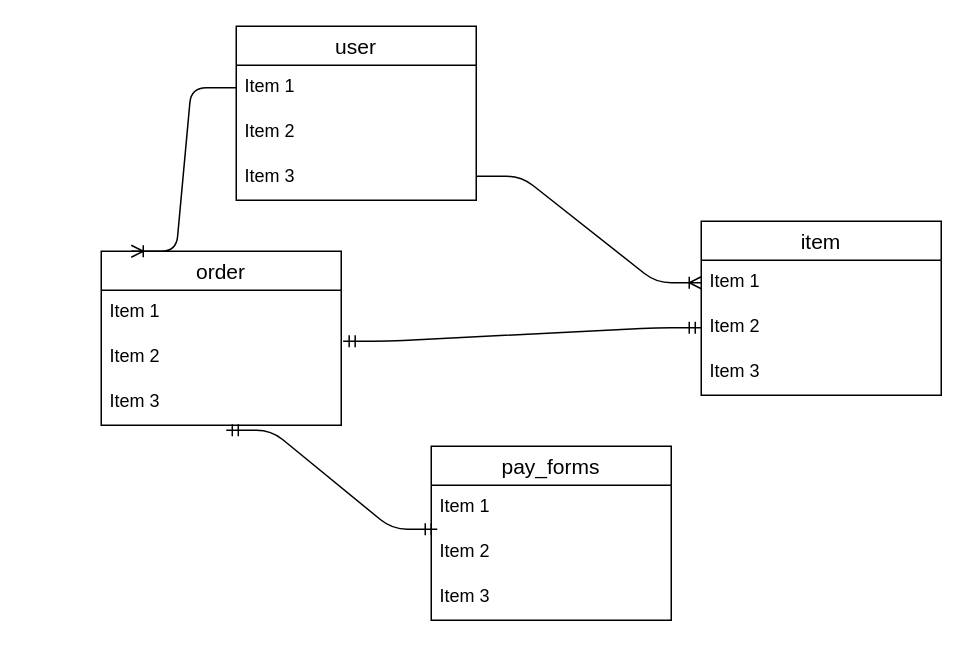
The draw.io diagram e-r図.dio in 42117-tech-takafumi/furima-42117, before the edit. Source tidied: cells renumbered, new cells numbered last; positions are measured from the earlier drawing's top-left corner, leaving out a move shared by most shapes. Both pictures are drawn from the tidied source at 150%, with x=0, y=0 at pixel (-80, 26).
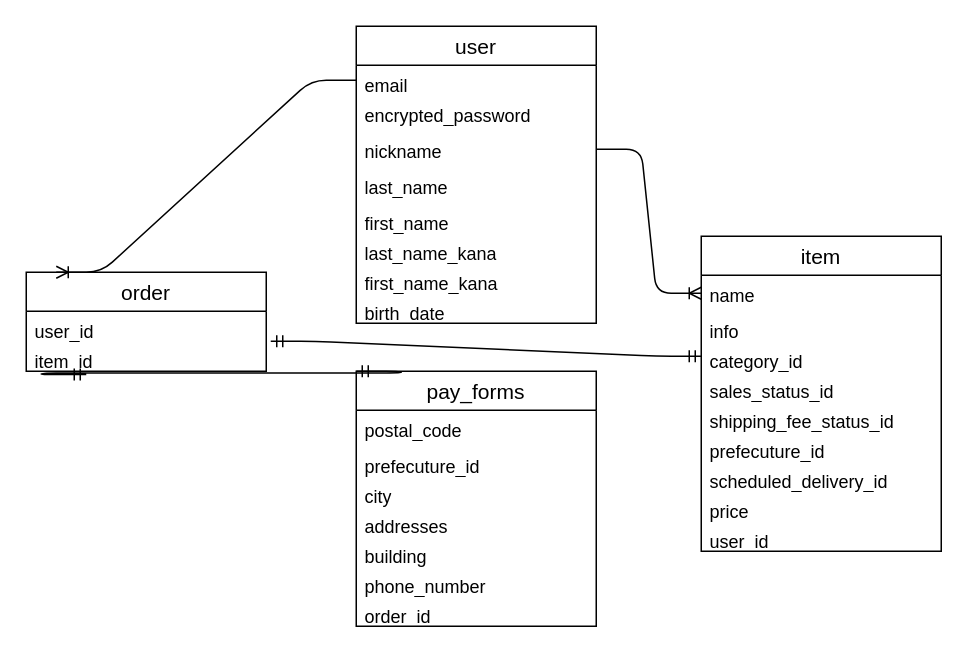
The same page after the edit.

Commit message (it also covers changes not shown here):
データベース設計_テーブル設計、e-r図_修正3

Change to the diagram source:
```diff
@@
     <mxCell id="2" value="user" style="swimlane;fontStyle=0;horizontal=1;startSize=26;align=center;fontSize=14;" parent="1" vertex="1">
-      <mxGeometry x="210" width="160" height="116" as="geometry" />
+      <mxGeometry x="290" width="160" height="198" as="geometry" />
     </mxCell>
-    <mxCell id="3" value="Item 1" style="text;strokeColor=none;fillColor=none;spacingLeft=4;spacingRight=4;overflow=hidden;points=[[0,0.5],[1,0.5]];portConstraint=eastwest;fontSize=12;whiteSpace=wrap;html=1;" parent="2" vertex="1">
-      <mxGeometry y="26" width="160" height="30" as="geometry" />
+    <mxCell id="3" value="&lt;font style=&quot;font-size: 12px;&quot;&gt;email&lt;/font&gt;" style="text;strokeColor=none;fillColor=none;spacingLeft=4;spacingRight=4;overflow=hidden;points=[[0,0.5],[1,0.5]];portConstraint=eastwest;fontSize=12;whiteSpace=wrap;html=1;" parent="2" vertex="1">
+      <mxGeometry y="26" width="160" height="20" as="geometry" />
     </mxCell>
-    <mxCell id="4" value="Item 2" style="text;strokeColor=none;fillColor=none;spacingLeft=4;spacingRight=4;overflow=hidden;fontSize=12;whiteSpace=wrap;html=1;" parent="2" vertex="1">
-      <mxGeometry y="56" width="160" height="30" as="geometry" />
+    <mxCell id="4" value="encrypted_password" style="text;strokeColor=none;fillColor=none;spacingLeft=4;spacingRight=4;overflow=hidden;fontSize=12;whiteSpace=wrap;html=1;" parent="2" vertex="1">
+      <mxGeometry y="46" width="160" height="24" as="geometry" />
     </mxCell>
-    <mxCell id="5" value="Item 3" style="text;strokeColor=none;fillColor=none;spacingLeft=4;spacingRight=4;overflow=hidden;points=[[0,0.5],[1,0.5]];portConstraint=eastwest;fontSize=12;whiteSpace=wrap;html=1;" parent="2" vertex="1">
-      <mxGeometry y="86" width="160" height="30" as="geometry" />
+    <mxCell id="5" value="nickname" style="text;strokeColor=none;fillColor=none;spacingLeft=4;spacingRight=4;overflow=hidden;points=[[0,0.5],[1,0.5]];portConstraint=eastwest;fontSize=12;whiteSpace=wrap;html=1;" parent="2" vertex="1">
+      <mxGeometry y="70" width="160" height="24" as="geometry" />
     </mxCell>
+    <mxCell id="22" value="last_name" style="text;strokeColor=none;fillColor=none;spacingLeft=4;spacingRight=4;overflow=hidden;fontSize=12;whiteSpace=wrap;html=1;" parent="2" vertex="1">
+      <mxGeometry y="94" width="160" height="24" as="geometry" />
+    </mxCell>
+    <mxCell id="23" value="first_name" style="text;strokeColor=none;fillColor=none;spacingLeft=4;spacingRight=4;overflow=hidden;fontSize=12;whiteSpace=wrap;html=1;" parent="2" vertex="1">
+      <mxGeometry y="118" width="160" height="20" as="geometry" />
+    </mxCell>
+    <mxCell id="24" value="last_name_kana" style="text;strokeColor=none;fillColor=none;spacingLeft=4;spacingRight=4;overflow=hidden;fontSize=12;whiteSpace=wrap;html=1;" parent="2" vertex="1">
+      <mxGeometry y="138" width="160" height="20" as="geometry" />
+    </mxCell>
+    <mxCell id="25" value="first_name_kana" style="text;strokeColor=none;fillColor=none;spacingLeft=4;spacingRight=4;overflow=hidden;fontSize=12;whiteSpace=wrap;html=1;" parent="2" vertex="1">
+      <mxGeometry y="158" width="160" height="20" as="geometry" />
+    </mxCell>
+    <mxCell id="26" value="birth_date" style="text;strokeColor=none;fillColor=none;spacingLeft=4;spacingRight=4;overflow=hidden;fontSize=12;whiteSpace=wrap;html=1;" parent="2" vertex="1">
+      <mxGeometry y="178" width="160" height="20" as="geometry" />
+    </mxCell>
     <mxCell id="6" value="item" style="swimlane;fontStyle=0;horizontal=1;startSize=26;align=center;fontSize=14;" parent="1" vertex="1">
-      <mxGeometry x="520" y="130" width="160" height="116" as="geometry" />
+      <mxGeometry x="520" y="140" width="160" height="210" as="geometry" />
     </mxCell>
-    <mxCell id="7" value="Item 1" style="text;strokeColor=none;fillColor=none;spacingLeft=4;spacingRight=4;overflow=hidden;points=[[0,0.5],[1,0.5]];portConstraint=eastwest;fontSize=12;whiteSpace=wrap;html=1;" parent="6" vertex="1">
-      <mxGeometry y="26" width="160" height="30" as="geometry" />
+    <mxCell id="7" value="name" style="text;strokeColor=none;fillColor=none;spacingLeft=4;spacingRight=4;overflow=hidden;points=[[0,0.5],[1,0.5]];portConstraint=eastwest;fontSize=12;whiteSpace=wrap;html=1;" parent="6" vertex="1">
+      <mxGeometry y="26" width="160" height="24" as="geometry" />
     </mxCell>
-    <mxCell id="8" value="Item 2" style="text;strokeColor=none;fillColor=none;spacingLeft=4;spacingRight=4;overflow=hidden;points=[[0,0.5],[1,0.5]];portConstraint=eastwest;fontSize=12;whiteSpace=wrap;html=1;" parent="6" vertex="1">
-      <mxGeometry y="56" width="160" height="30" as="geometry" />
+    <mxCell id="8" value="info" style="text;strokeColor=none;fillColor=none;spacingLeft=4;spacingRight=4;overflow=hidden;points=[[0,0.5],[1,0.5]];portConstraint=eastwest;fontSize=12;whiteSpace=wrap;html=1;" parent="6" vertex="1">
+      <mxGeometry y="50" width="160" height="20" as="geometry" />
     </mxCell>
-    <mxCell id="9" value="Item 3" style="text;strokeColor=none;fillColor=none;spacingLeft=4;spacingRight=4;overflow=hidden;points=[[0,0.5],[1,0.5]];portConstraint=eastwest;fontSize=12;whiteSpace=wrap;html=1;" parent="6" vertex="1">
-      <mxGeometry y="86" width="160" height="30" as="geometry" />
+    <mxCell id="9" value="category_id" style="text;strokeColor=none;fillColor=none;spacingLeft=4;spacingRight=4;overflow=hidden;points=[[0,0.5],[1,0.5]];portConstraint=eastwest;fontSize=12;whiteSpace=wrap;html=1;" parent="6" vertex="1">
+      <mxGeometry y="70" width="160" height="20" as="geometry" />
     </mxCell>
+    <mxCell id="27" value="sales_status_id" style="text;strokeColor=none;fillColor=none;spacingLeft=4;spacingRight=4;overflow=hidden;fontSize=12;whiteSpace=wrap;html=1;" parent="6" vertex="1">
+      <mxGeometry y="90" width="160" height="20" as="geometry" />
+    </mxCell>
+    <mxCell id="28" value="shipping_fee_status_id" style="text;strokeColor=none;fillColor=none;spacingLeft=4;spacingRight=4;overflow=hidden;fontSize=12;whiteSpace=wrap;html=1;" parent="6" vertex="1">
+      <mxGeometry y="110" width="160" height="20" as="geometry" />
+    </mxCell>
+    <mxCell id="29" value="prefecuture_id" style="text;strokeColor=none;fillColor=none;spacingLeft=4;spacingRight=4;overflow=hidden;fontSize=12;whiteSpace=wrap;html=1;" parent="6" vertex="1">
+      <mxGeometry y="130" width="160" height="20" as="geometry" />
+    </mxCell>
+    <mxCell id="30" value="scheduled_delivery_id" style="text;strokeColor=none;fillColor=none;spacingLeft=4;spacingRight=4;overflow=hidden;fontSize=12;whiteSpace=wrap;html=1;" parent="6" vertex="1">
+      <mxGeometry y="150" width="160" height="20" as="geometry" />
+    </mxCell>
+    <mxCell id="31" value="price" style="text;strokeColor=none;fillColor=none;spacingLeft=4;spacingRight=4;overflow=hidden;fontSize=12;whiteSpace=wrap;html=1;" parent="6" vertex="1">
+      <mxGeometry y="170" width="160" height="20" as="geometry" />
+    </mxCell>
+    <mxCell id="32" value="user_id" style="text;strokeColor=none;fillColor=none;spacingLeft=4;spacingRight=4;overflow=hidden;fontSize=12;whiteSpace=wrap;html=1;" parent="6" vertex="1">
+      <mxGeometry y="190" width="160" height="20" as="geometry" />
+    </mxCell>
     <mxCell id="10" value="order" style="swimlane;fontStyle=0;horizontal=1;startSize=26;align=center;fontSize=14;" parent="1" vertex="1">
-      <mxGeometry x="120" y="150" width="160" height="116" as="geometry" />
+      <mxGeometry x="70" y="164" width="160" height="66" as="geometry" />
     </mxCell>
-    <mxCell id="11" value="Item 1" style="text;strokeColor=none;fillColor=none;spacingLeft=4;spacingRight=4;overflow=hidden;fontSize=12;whiteSpace=wrap;html=1;" parent="10" vertex="1">
-      <mxGeometry y="26" width="160" height="30" as="geometry" />
-    </mxCell>
-    <mxCell id="12" value="Item 2" style="text;strokeColor=none;fillColor=none;spacingLeft=4;spacingRight=4;overflow=hidden;points=[[0,0.5],[1,0.5]];portConstraint=eastwest;fontSize=12;whiteSpace=wrap;html=1;" parent="10" vertex="1">
-      <mxGeometry y="56" width="160" height="30" as="geometry" />
+    <mxCell id="12" value="user_id" style="text;strokeColor=none;fillColor=none;spacingLeft=4;spacingRight=4;overflow=hidden;points=[[0,0.5],[1,0.5]];portConstraint=eastwest;fontSize=12;whiteSpace=wrap;html=1;" parent="10" vertex="1">
+      <mxGeometry y="26" width="160" height="20" as="geometry" />
     </mxCell>
-    <mxCell id="13" value="Item 3" style="text;strokeColor=none;fillColor=none;spacingLeft=4;spacingRight=4;overflow=hidden;points=[[0,0.5],[1,0.5]];portConstraint=eastwest;fontSize=12;whiteSpace=wrap;html=1;" parent="10" vertex="1">
-      <mxGeometry y="86" width="160" height="30" as="geometry" />
-    </mxCell>
+    <mxCell id="33" value="item_id" style="text;strokeColor=none;fillColor=none;spacingLeft=4;spacingRight=4;overflow=hidden;fontSize=12;whiteSpace=wrap;html=1;" parent="10" vertex="1">
+      <mxGeometry y="46" width="160" height="20" as="geometry" />
+    </mxCell>
     <mxCell id="14" value="pay_forms" style="swimlane;fontStyle=0;horizontal=1;startSize=26;align=center;fontSize=14;" parent="1" vertex="1">
-      <mxGeometry x="340" y="280" width="160" height="116" as="geometry" />
+      <mxGeometry x="290" y="230" width="160" height="170" as="geometry" />
     </mxCell>
-    <mxCell id="15" value="Item 1" style="text;strokeColor=none;fillColor=none;spacingLeft=4;spacingRight=4;overflow=hidden;points=[[0,0.5],[1,0.5]];portConstraint=eastwest;fontSize=12;whiteSpace=wrap;html=1;" parent="14" vertex="1">
-      <mxGeometry y="26" width="160" height="30" as="geometry" />
+    <mxCell id="15" value="postal_code" style="text;strokeColor=none;fillColor=none;spacingLeft=4;spacingRight=4;overflow=hidden;points=[[0,0.5],[1,0.5]];portConstraint=eastwest;fontSize=12;whiteSpace=wrap;html=1;" parent="14" vertex="1">
+      <mxGeometry y="26" width="160" height="24" as="geometry" />
     </mxCell>
-    <mxCell id="16" value="Item 2" style="text;strokeColor=none;fillColor=none;spacingLeft=4;spacingRight=4;overflow=hidden;fontSize=12;whiteSpace=wrap;html=1;" parent="14" vertex="1">
-      <mxGeometry y="56" width="160" height="30" as="geometry" />
+    <mxCell id="16" value="prefecuture_id" style="text;strokeColor=none;fillColor=none;spacingLeft=4;spacingRight=4;overflow=hidden;fontSize=12;whiteSpace=wrap;html=1;" parent="14" vertex="1">
+      <mxGeometry y="50" width="160" height="20" as="geometry" />
     </mxCell>
-    <mxCell id="17" value="Item 3" style="text;strokeColor=none;fillColor=none;spacingLeft=4;spacingRight=4;overflow=hidden;fontSize=12;whiteSpace=wrap;html=1;" parent="14" vertex="1">
-      <mxGeometry y="86" width="160" height="30" as="geometry" />
+    <mxCell id="17" value="city" style="text;strokeColor=none;fillColor=none;spacingLeft=4;spacingRight=4;overflow=hidden;fontSize=12;whiteSpace=wrap;html=1;" parent="14" vertex="1">
+      <mxGeometry y="70" width="160" height="20" as="geometry" />
     </mxCell>
+    <mxCell id="34" value="addresses" style="text;strokeColor=none;fillColor=none;spacingLeft=4;spacingRight=4;overflow=hidden;fontSize=12;whiteSpace=wrap;html=1;" parent="14" vertex="1">
+      <mxGeometry y="90" width="160" height="20" as="geometry" />
+    </mxCell>
+    <mxCell id="35" value="building" style="text;strokeColor=none;fillColor=none;spacingLeft=4;spacingRight=4;overflow=hidden;fontSize=12;whiteSpace=wrap;html=1;" parent="14" vertex="1">
+      <mxGeometry y="110" width="160" height="20" as="geometry" />
+    </mxCell>
+    <mxCell id="36" value="phone_number" style="text;strokeColor=none;fillColor=none;spacingLeft=4;spacingRight=4;overflow=hidden;fontSize=12;whiteSpace=wrap;html=1;" parent="14" vertex="1">
+      <mxGeometry y="130" width="160" height="20" as="geometry" />
+    </mxCell>
+    <mxCell id="37" value="order_id" style="text;strokeColor=none;fillColor=none;spacingLeft=4;spacingRight=4;overflow=hidden;fontSize=12;whiteSpace=wrap;html=1;" parent="14" vertex="1">
+      <mxGeometry y="150" width="160" height="20" as="geometry" />
+    </mxCell>
-    <mxCell id="18" style="edgeStyle=entityRelationEdgeStyle;fontSize=12;html=1;endArrow=ERoneToMany;entryX=0;entryY=0.5;entryDx=0;entryDy=0;" parent="1" edge="1" target="7">
+    <mxCell id="18" style="edgeStyle=entityRelationEdgeStyle;fontSize=12;html=1;endArrow=ERoneToMany;entryX=0;entryY=0.5;entryDx=0;entryDy=0;exitX=1;exitY=0.5;exitDx=0;exitDy=0;" parent="1" edge="1" source="5" target="7">
       <mxGeometry relative="1" as="geometry">
-        <mxPoint x="370" y="100" as="sourcePoint" />
         <Array as="points">
           <mxPoint x="410" y="100" />
           <mxPoint x="430" y="120" />
           <mxPoint x="430" y="120" />
           <mxPoint x="430" y="150" />
           <mxPoint x="390" y="160" />
         </Array>
       </mxGeometry>
     </mxCell>
@@
-    <mxCell id="20" style="edgeStyle=entityRelationEdgeStyle;fontSize=12;html=1;endArrow=ERmandOne;startArrow=ERmandOne;entryX=0;entryY=0.5;entryDx=0;entryDy=0;exitX=1.008;exitY=0.133;exitDx=0;exitDy=0;exitPerimeter=0;" parent="1" edge="1" source="12" target="8">
-      <mxGeometry relative="1" as="geometry" />
+    <mxCell id="20" style="edgeStyle=entityRelationEdgeStyle;fontSize=12;html=1;endArrow=ERmandOne;startArrow=ERmandOne;entryX=0;entryY=0.5;entryDx=0;entryDy=0;exitX=1.019;exitY=0;exitDx=0;exitDy=0;exitPerimeter=0;" parent="1" edge="1" target="9">
+      <mxGeometry relative="1" as="geometry">
+        <mxPoint x="233" y="210" as="sourcePoint" />
+      </mxGeometry>
     </mxCell>
-    <mxCell id="21" style="edgeStyle=entityRelationEdgeStyle;fontSize=12;html=1;endArrow=ERmandOne;startArrow=ERmandOne;entryX=0.521;entryY=1.111;entryDx=0;entryDy=0;exitX=0.025;exitY=0.978;exitDx=0;exitDy=0;exitPerimeter=0;entryPerimeter=0;" parent="1" edge="1" source="15" target="13">
-      <mxGeometry relative="1" as="geometry" />
+    <mxCell id="21" style="edgeStyle=entityRelationEdgeStyle;fontSize=12;html=1;endArrow=ERmandOne;startArrow=ERmandOne;entryX=0.521;entryY=1.111;entryDx=0;entryDy=0;exitX=0;exitY=0;exitDx=0;exitDy=0;entryPerimeter=0;" parent="1" edge="1" source="14">
+      <mxGeometry relative="1" as="geometry">
+        <mxPoint x="110" y="232.2" as="targetPoint" />
+        <Array as="points">
+          <mxPoint x="156.6" y="360" />
+          <mxPoint x="256.6" y="340" />
+          <mxPoint x="160" y="380" />
+        </Array>
+      </mxGeometry>
     </mxCell>
```
